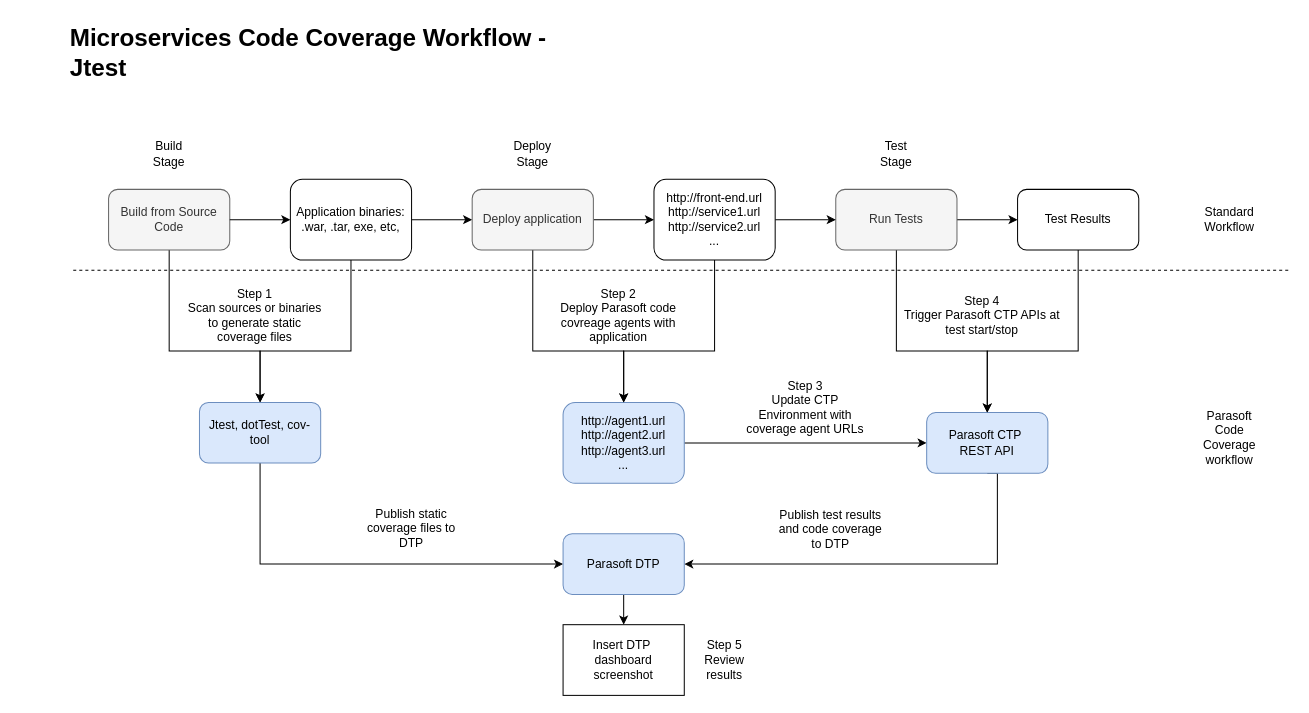
The draw.io diagram CCMS-generic.drawio in gtrofimov/draw-io-projects, before the edit. Source tidied: cells renumbered, new cells numbered last; positions are measured from the earlier drawing's top-left corner, leaving out a move shared by most shapes. Both pictures are drawn from the tidied source at 101%, with x=0, y=0 at pixel (68, 17).
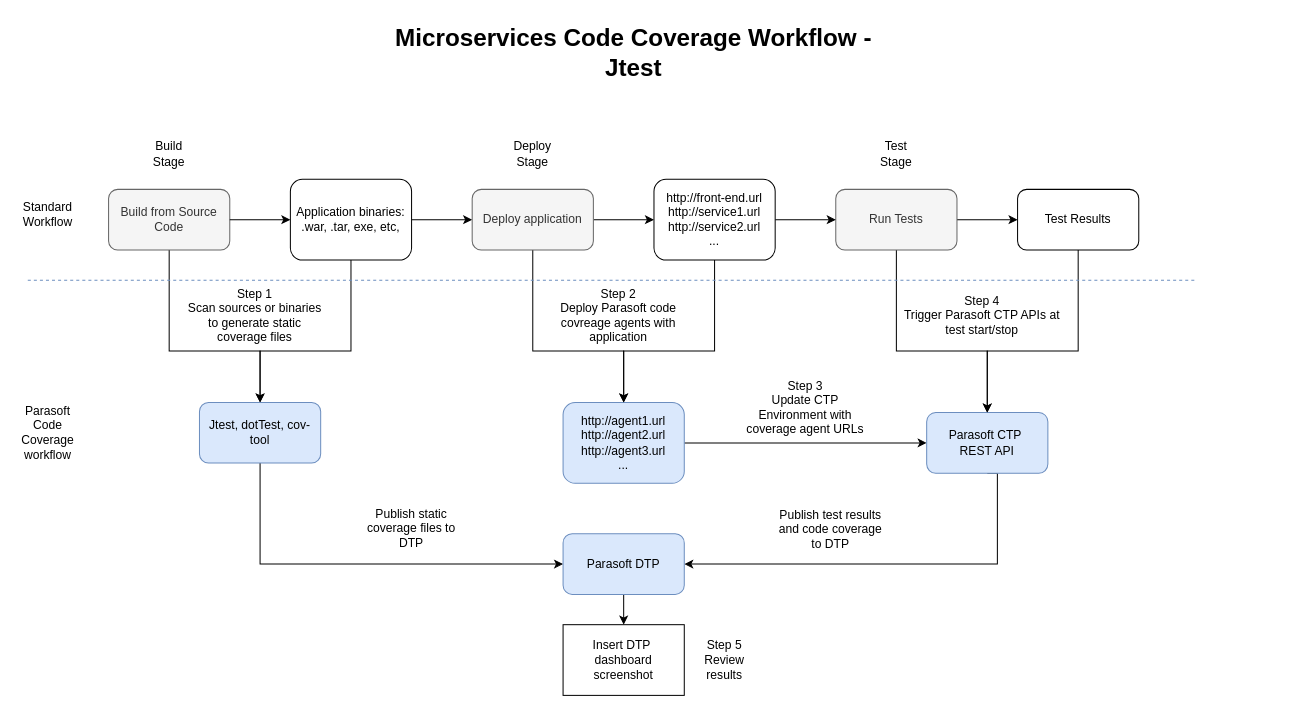
Above is the later version.

Diff of the diagram source:
```diff
@@
-    <mxCell id="26" value="&lt;h1 style=&quot;margin-top: 0px;&quot;&gt;Microservices Code Coverage Workflow - Jtest&lt;/h1&gt;" style="text;html=1;whiteSpace=wrap;overflow=hidden;rounded=0;" parent="1" vertex="1">
-      <mxGeometry width="530" height="70" as="geometry" />
+    <mxCell id="26" value="&lt;h1 style=&quot;margin-top: 0px;&quot;&gt;Microservices Code Coverage Workflow - Jtest&lt;/h1&gt;" style="text;html=1;whiteSpace=wrap;overflow=hidden;rounded=0;align=center;" parent="1" vertex="1">
+      <mxGeometry x="295" width="530" height="70" as="geometry" />
     </mxCell>
@@
-    <mxCell id="40" style="endArrow=none;dashed=1;html=1;rounded=0;" parent="1" edge="1">
+    <mxCell id="40" style="endArrow=none;dashed=1;html=1;rounded=0;fillColor=#dae8fc;strokeColor=#6c8ebf;" parent="1" edge="1">
       <mxGeometry relative="1" as="geometry">
-        <mxPoint x="5" y="250" as="sourcePoint" />
-        <mxPoint x="1210" y="250" as="targetPoint" />
+        <mxPoint x="-40" y="260" as="sourcePoint" />
+        <mxPoint x="1115" y="260" as="targetPoint" />
       </mxGeometry>
     </mxCell>
     <mxCell id="41" value="Standard&lt;div&gt;Workflow&lt;/div&gt;" style="text;html=1;align=center;verticalAlign=middle;whiteSpace=wrap;rounded=0;" parent="1" vertex="1">
-      <mxGeometry x="1120" y="185" width="60" height="30" as="geometry" />
+      <mxGeometry x="-50" y="180" width="60" height="30" as="geometry" />
     </mxCell>
     <mxCell id="42" value="Parasoft Code Coverage workflow" style="text;html=1;align=center;verticalAlign=middle;whiteSpace=wrap;rounded=0;" parent="1" vertex="1">
-      <mxGeometry x="1120" y="401" width="60" height="30" as="geometry" />
+      <mxGeometry x="-50" y="396" width="60" height="30" as="geometry" />
     </mxCell>
```
